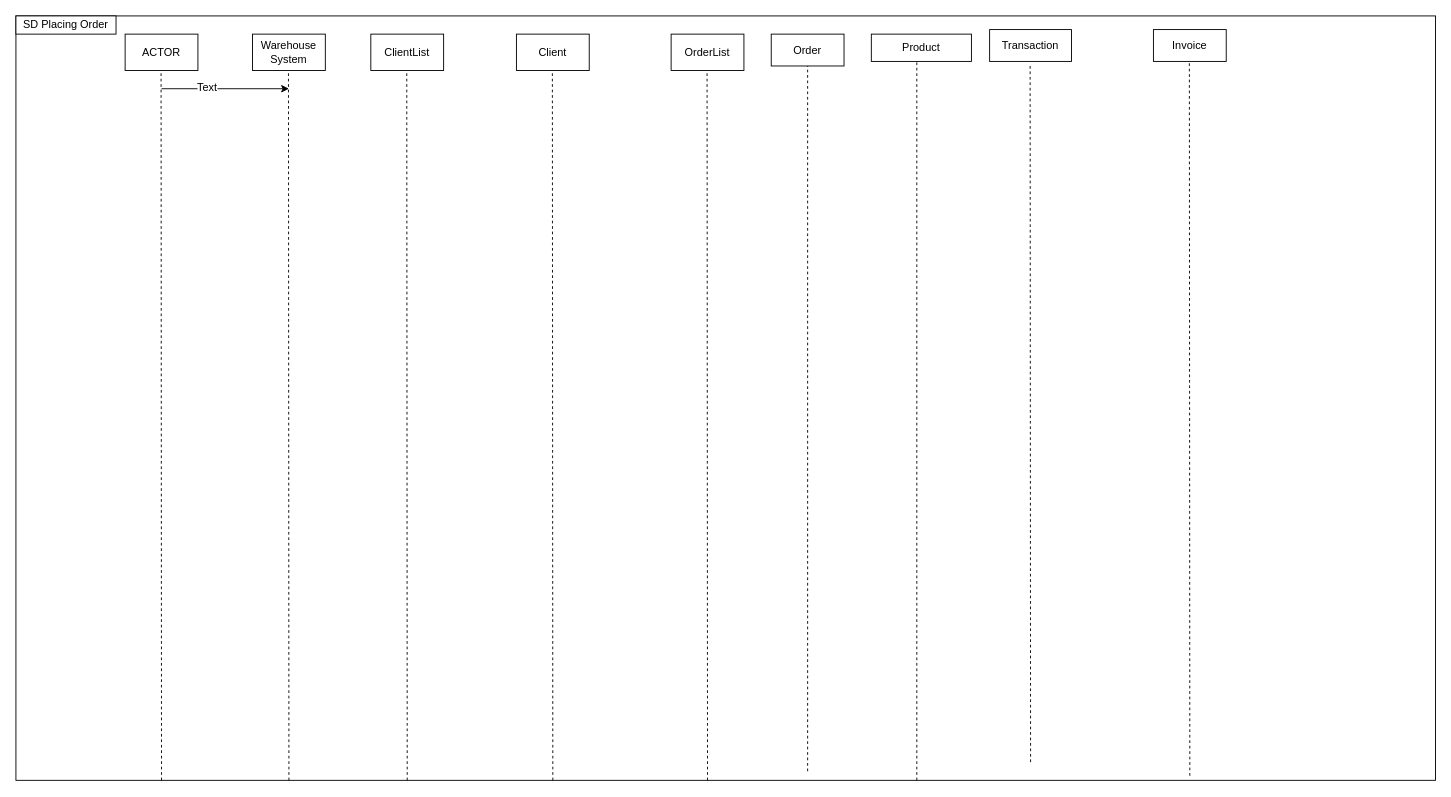
The draw.io diagram Project_1/SequenceDiagrams/AcceptOrder.drawio in chrismd2/CSci-430-Group-11, before the edit. Source tidied: cells renumbered, new cells numbered last; positions are measured from the earlier drawing's top-left corner, leaving out a move shared by most shapes. Both pictures are drawn from the tidied source at 91%, with x=0, y=0 at pixel (15, 15).
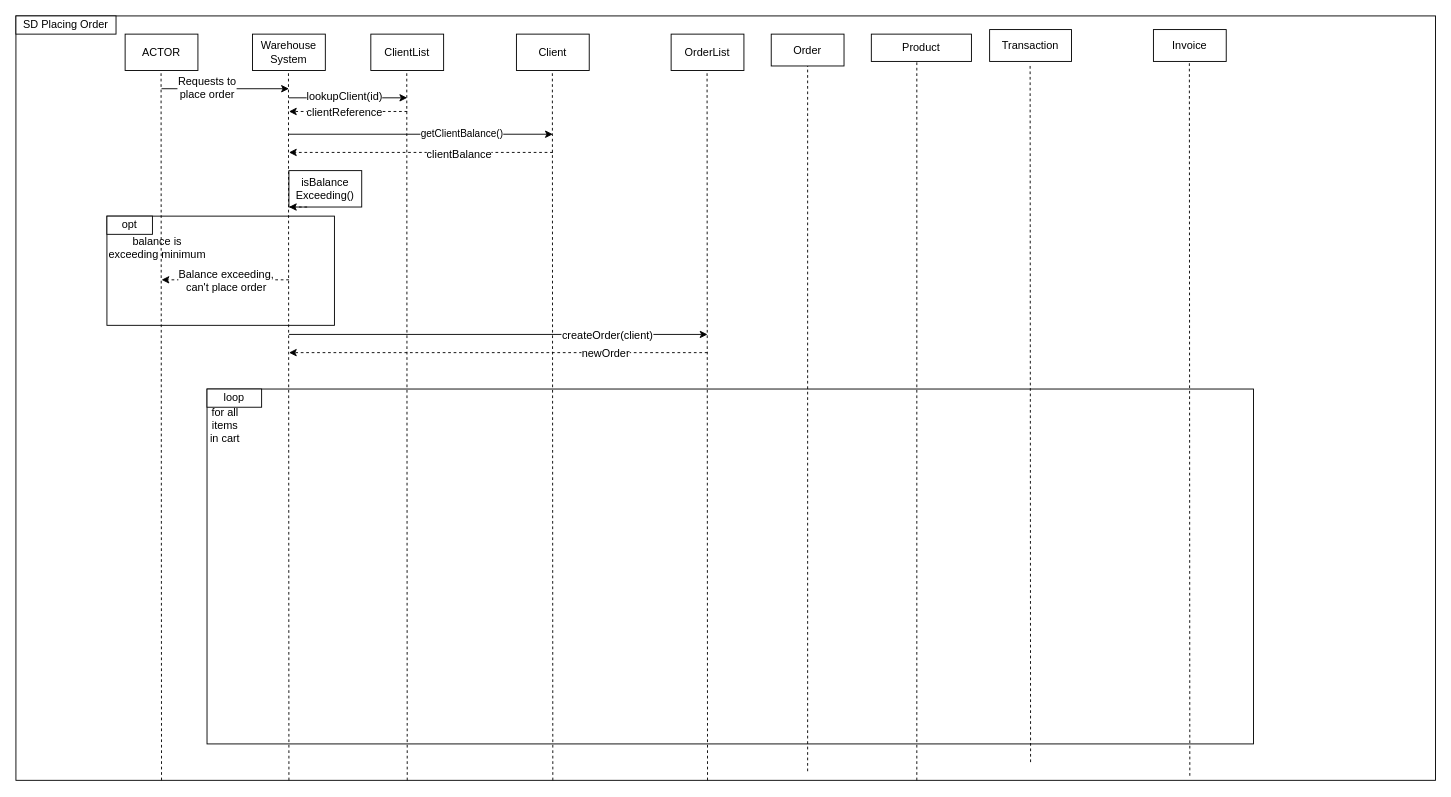
The same page after the edit.

Unchanged cells that the change refers to:
```xml
<mxCell id="12" value="Order" style="rounded=0;whiteSpace=wrap;html=1;" parent="1" vertex="1">
  <mxGeometry x="830" y="20" width="80" height="35" as="geometry" />
</mxCell>
<mxCell id="19" style="endArrow=classic;html=1;" parent="1" edge="1">
  <mxGeometry relative="1" as="geometry">
    <mxPoint x="160" y="80" as="sourcePoint" />
    <mxPoint x="300" y="80" as="targetPoint" />
  </mxGeometry>
</mxCell>
```

Change to the diagram source:
```diff
@@
-    <mxCell id="4" style="endArrow=none;dashed=1;html=1;" parent="1" edge="1">
-      <mxGeometry relative="1" as="geometry">
-        <mxPoint x="160" y="840" as="sourcePoint" />
-        <mxPoint x="159.5" y="60" as="targetPoint" />
-      </mxGeometry>
-    </mxCell>
@@
-    <mxCell id="6" style="endArrow=none;dashed=1;html=1;" parent="1" edge="1">
-      <mxGeometry relative="1" as="geometry">
-        <mxPoint x="300" y="840" as="sourcePoint" />
-        <mxPoint x="299.5" y="60" as="targetPoint" />
-      </mxGeometry>
-    </mxCell>
@@
-    <mxCell id="8" style="endArrow=none;dashed=1;html=1;" parent="1" edge="1">
-      <mxGeometry relative="1" as="geometry">
-        <mxPoint x="430" y="840" as="sourcePoint" />
-        <mxPoint x="429.5" y="60" as="targetPoint" />
-      </mxGeometry>
-    </mxCell>
@@
-    <mxCell id="10" style="endArrow=none;dashed=1;html=1;" parent="1" edge="1">
-      <mxGeometry relative="1" as="geometry">
-        <mxPoint x="590" y="840" as="sourcePoint" />
-        <mxPoint x="589.5" y="60" as="targetPoint" />
-      </mxGeometry>
-    </mxCell>
@@
-    <mxCell id="13" style="endArrow=none;dashed=1;html=1;" parent="1" edge="1">
-      <mxGeometry relative="1" as="geometry">
-        <mxPoint x="760" y="840" as="sourcePoint" />
-        <mxPoint x="759.5" y="60" as="targetPoint" />
-      </mxGeometry>
-    </mxCell>
-    <mxCell id="14" style="endArrow=none;dashed=1;html=1;" parent="1" edge="1" target="12">
-      <mxGeometry relative="1" as="geometry">
-        <mxPoint x="870" y="830" as="sourcePoint" />
-      </mxGeometry>
-    </mxCell>
@@
-    <mxCell id="16" style="endArrow=none;dashed=1;html=1;" parent="1" edge="1">
-      <mxGeometry relative="1" as="geometry">
-        <mxPoint x="1290" y="835" as="sourcePoint" />
-        <mxPoint x="1289.5" y="50" as="targetPoint" />
-      </mxGeometry>
-    </mxCell>
-    <mxCell id="17" style="endArrow=none;dashed=1;html=1;" parent="1" edge="1">
-      <mxGeometry relative="1" as="geometry">
-        <mxPoint x="1115" y="820" as="sourcePoint" />
-        <mxPoint x="1114.5" y="55" as="targetPoint" />
-      </mxGeometry>
-    </mxCell>
@@
-    <mxCell id="20" value="Text" style="text;html=1;align=center;verticalAlign=middle;labelBackgroundColor=#ffffff;" parent="19" vertex="1">
+    <mxCell id="20" value="&lt;div&gt;Requests to &lt;br&gt;&lt;/div&gt;&lt;div&gt;place order&lt;br&gt;&lt;/div&gt;" style="text;html=1;align=center;verticalAlign=middle;labelBackgroundColor=#ffffff;" parent="19" vertex="1">
       <mxGeometry x="-0.3" y="2" relative="1" as="geometry" />
     </mxCell>
@@
+    <mxCell id="24" style="endArrow=classic;html=1;" parent="1" edge="1">
+      <mxGeometry relative="1" as="geometry">
+        <mxPoint x="300" y="90" as="sourcePoint" />
+        <mxPoint x="430" y="90" as="targetPoint" />
+      </mxGeometry>
+    </mxCell>
+    <mxCell id="25" value="lookupClient(id)" style="text;html=1;align=center;verticalAlign=middle;labelBackgroundColor=#ffffff;" parent="24" vertex="1">
+      <mxGeometry x="0.23" y="2" relative="1" as="geometry">
+        <mxPoint x="-20" as="offset" />
+      </mxGeometry>
+    </mxCell>
+    <mxCell id="26" style="endArrow=classic;html=1;dashed=1;" parent="1" edge="1">
+      <mxGeometry relative="1" as="geometry">
+        <mxPoint x="430" y="105" as="sourcePoint" />
+        <mxPoint x="300" y="105" as="targetPoint" />
+      </mxGeometry>
+    </mxCell>
+    <mxCell id="27" value="clientReference" style="text;html=1;align=center;verticalAlign=middle;labelBackgroundColor=#ffffff;" parent="26" vertex="1">
+      <mxGeometry x="-0.4" y="1" relative="1" as="geometry">
+        <mxPoint x="-31" as="offset" />
+      </mxGeometry>
+    </mxCell>
+    <mxCell id="28" value="getClientBalance()" style="endArrow=classic;html=1;" parent="1" edge="1">
+      <mxGeometry x="0.31" relative="1" as="geometry">
+        <mxPoint x="300" y="130" as="sourcePoint" />
+        <mxPoint x="590" y="130" as="targetPoint" />
+      </mxGeometry>
+    </mxCell>
+    <mxCell id="29" style="endArrow=classic;html=1;dashed=1;" parent="1" edge="1">
+      <mxGeometry relative="1" as="geometry">
+        <mxPoint x="590" y="150" as="sourcePoint" />
+        <mxPoint x="300" y="150" as="targetPoint" />
+      </mxGeometry>
+    </mxCell>
+    <mxCell id="30" value="clientBalance" style="text;html=1;align=center;verticalAlign=middle;labelBackgroundColor=#ffffff;" parent="29" vertex="1">
+      <mxGeometry x="-0.28" y="2" relative="1" as="geometry" />
+    </mxCell>
+    <mxCell id="31" value="&lt;div&gt;isBalance&lt;/div&gt;&lt;div&gt;Exceeding()&lt;br&gt;&lt;/div&gt;" style="rounded=0;whiteSpace=wrap;html=1;" parent="1" vertex="1">
+      <mxGeometry x="300" y="170" width="80" height="40" as="geometry" />
+    </mxCell>
+    <mxCell id="32" style="endArrow=classic;html=1;dashed=1;entryX=0;entryY=1;entryDx=0;entryDy=0;" parent="1" edge="1" target="31">
+      <mxGeometry relative="1" as="geometry">
+        <mxPoint x="320" y="210" as="sourcePoint" />
+      </mxGeometry>
+    </mxCell>
+    <mxCell id="33" style="rounded=0;whiteSpace=wrap;html=1;" parent="1" vertex="1">
+      <mxGeometry x="100" y="220" width="250" height="120" as="geometry" />
+    </mxCell>
+    <mxCell id="34" value="opt" style="rounded=0;whiteSpace=wrap;html=1;" parent="1" vertex="1">
+      <mxGeometry x="100" y="220" width="50" height="20" as="geometry" />
+    </mxCell>
+    <mxCell id="35" value="&lt;div&gt;balance is&lt;/div&gt;&lt;div&gt;exceeding minimum&lt;br&gt;&lt;/div&gt;" style="text;html=1;align=center;verticalAlign=middle;" parent="1" vertex="1">
+      <mxGeometry x="90" y="240" width="130" height="30" as="geometry" />
+    </mxCell>
+    <mxCell id="4" style="endArrow=none;dashed=1;html=1;" parent="1" edge="1">
+      <mxGeometry relative="1" as="geometry">
+        <mxPoint x="160" y="840" as="sourcePoint" />
+        <mxPoint x="159.5" y="60" as="targetPoint" />
+      </mxGeometry>
+    </mxCell>
+    <mxCell id="36" style="endArrow=classic;html=1;dashed=1;" parent="1" edge="1">
+      <mxGeometry relative="1" as="geometry">
+        <mxPoint x="300" y="290" as="sourcePoint" />
+        <mxPoint x="160" y="290" as="targetPoint" />
+      </mxGeometry>
+    </mxCell>
+    <mxCell id="37" value="&lt;div&gt;Balance exceeding,&lt;/div&gt;&lt;div&gt;can't place order&lt;br&gt;&lt;/div&gt;" style="text;html=1;align=center;verticalAlign=middle;labelBackgroundColor=#ffffff;" parent="36" vertex="1">
+      <mxGeometry x="0.46" y="-3" relative="1" as="geometry">
+        <mxPoint x="32" y="3" as="offset" />
+      </mxGeometry>
+    </mxCell>
+    <mxCell id="38" style="rounded=0;whiteSpace=wrap;html=1;" parent="1" vertex="1">
+      <mxGeometry x="210" y="410" width="1150" height="390" as="geometry" />
+    </mxCell>
+    <mxCell id="6" style="endArrow=none;dashed=1;html=1;" parent="1" edge="1">
+      <mxGeometry relative="1" as="geometry">
+        <mxPoint x="300" y="840" as="sourcePoint" />
+        <mxPoint x="299.5" y="60" as="targetPoint" />
+      </mxGeometry>
+    </mxCell>
+    <mxCell id="8" style="endArrow=none;dashed=1;html=1;" parent="1" edge="1">
+      <mxGeometry relative="1" as="geometry">
+        <mxPoint x="430" y="840" as="sourcePoint" />
+        <mxPoint x="429.5" y="60" as="targetPoint" />
+      </mxGeometry>
+    </mxCell>
+    <mxCell id="10" style="endArrow=none;dashed=1;html=1;" parent="1" edge="1">
+      <mxGeometry relative="1" as="geometry">
+        <mxPoint x="590" y="840" as="sourcePoint" />
+        <mxPoint x="589.5" y="60" as="targetPoint" />
+      </mxGeometry>
+    </mxCell>
+    <mxCell id="13" style="endArrow=none;dashed=1;html=1;" parent="1" edge="1">
+      <mxGeometry relative="1" as="geometry">
+        <mxPoint x="760" y="840" as="sourcePoint" />
+        <mxPoint x="759.5" y="60" as="targetPoint" />
+      </mxGeometry>
+    </mxCell>
+    <mxCell id="14" style="endArrow=none;dashed=1;html=1;" parent="1" edge="1" target="12">
+      <mxGeometry relative="1" as="geometry">
+        <mxPoint x="870" y="830" as="sourcePoint" />
+      </mxGeometry>
+    </mxCell>
@@
+    <mxCell id="17" style="endArrow=none;dashed=1;html=1;" parent="1" edge="1">
+      <mxGeometry relative="1" as="geometry">
+        <mxPoint x="1115" y="820" as="sourcePoint" />
+        <mxPoint x="1114.5" y="55" as="targetPoint" />
+      </mxGeometry>
+    </mxCell>
+    <mxCell id="16" style="endArrow=none;dashed=1;html=1;" parent="1" edge="1">
+      <mxGeometry relative="1" as="geometry">
+        <mxPoint x="1290" y="835" as="sourcePoint" />
+        <mxPoint x="1289.5" y="50" as="targetPoint" />
+      </mxGeometry>
+    </mxCell>
+    <mxCell id="39" value="loop" style="rounded=0;whiteSpace=wrap;html=1;" parent="1" vertex="1">
+      <mxGeometry x="210" y="410" width="60" height="20" as="geometry" />
+    </mxCell>
+    <mxCell id="40" value="for all items in cart" style="text;html=1;strokeColor=none;fillColor=none;align=center;verticalAlign=middle;whiteSpace=wrap;rounded=0;" parent="1" vertex="1">
+      <mxGeometry x="210" y="440" width="40" height="20" as="geometry" />
+    </mxCell>
+    <mxCell id="41" style="endArrow=classic;html=1;dashed=1;" parent="1" edge="1">
+      <mxGeometry relative="1" as="geometry">
+        <mxPoint x="760" y="370" as="sourcePoint" />
+        <mxPoint x="300" y="370" as="targetPoint" />
+      </mxGeometry>
+    </mxCell>
+    <mxCell id="42" value="newOrder" style="text;html=1;align=center;verticalAlign=middle;labelBackgroundColor=#ffffff;" parent="41" vertex="1">
+      <mxGeometry x="-0.51" relative="1" as="geometry" />
+    </mxCell>
+    <mxCell id="43" style="endArrow=classic;html=1;" parent="1" edge="1">
+      <mxGeometry relative="1" as="geometry">
+        <mxPoint x="300" y="350" as="sourcePoint" />
+        <mxPoint x="760" y="350" as="targetPoint" />
+      </mxGeometry>
+    </mxCell>
+    <mxCell id="44" value="createOrder(client)" style="text;html=1;align=center;verticalAlign=middle;labelBackgroundColor=#ffffff;" parent="43" vertex="1">
+      <mxGeometry x="0.73" relative="1" as="geometry">
+        <mxPoint x="-49" as="offset" />
+      </mxGeometry>
+    </mxCell>
```
